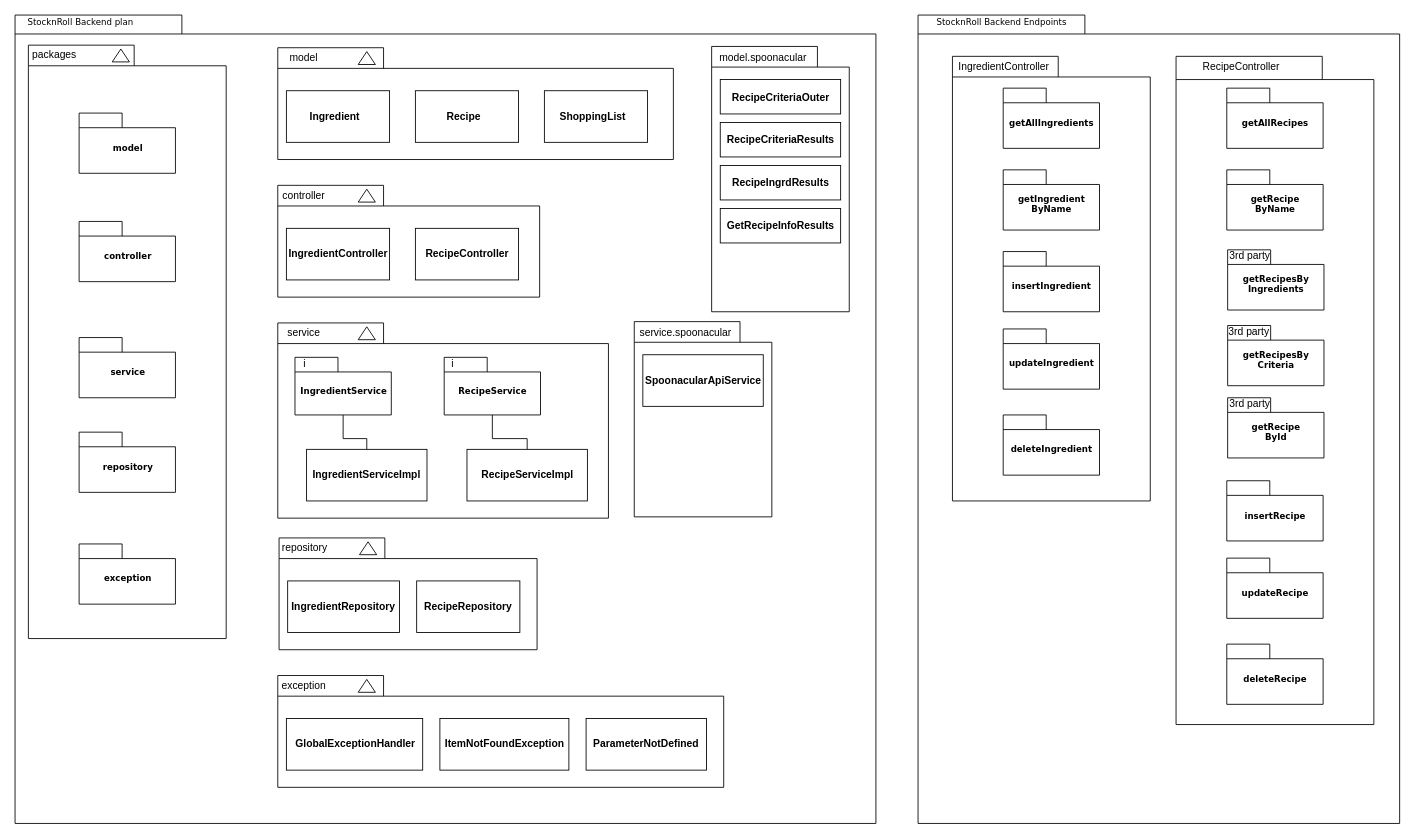
Above: Data-flows.drawio in Candlelight-apps/stocknroll-backend (draw.io), before the change. Source tidied: cells renumbered, new cells numbered last; positions are measured from the earlier drawing's top-left corner, leaving out a move shared by most shapes. Both pictures are drawn from the tidied source at 86%, with x=0, y=0 at pixel (15, 14).
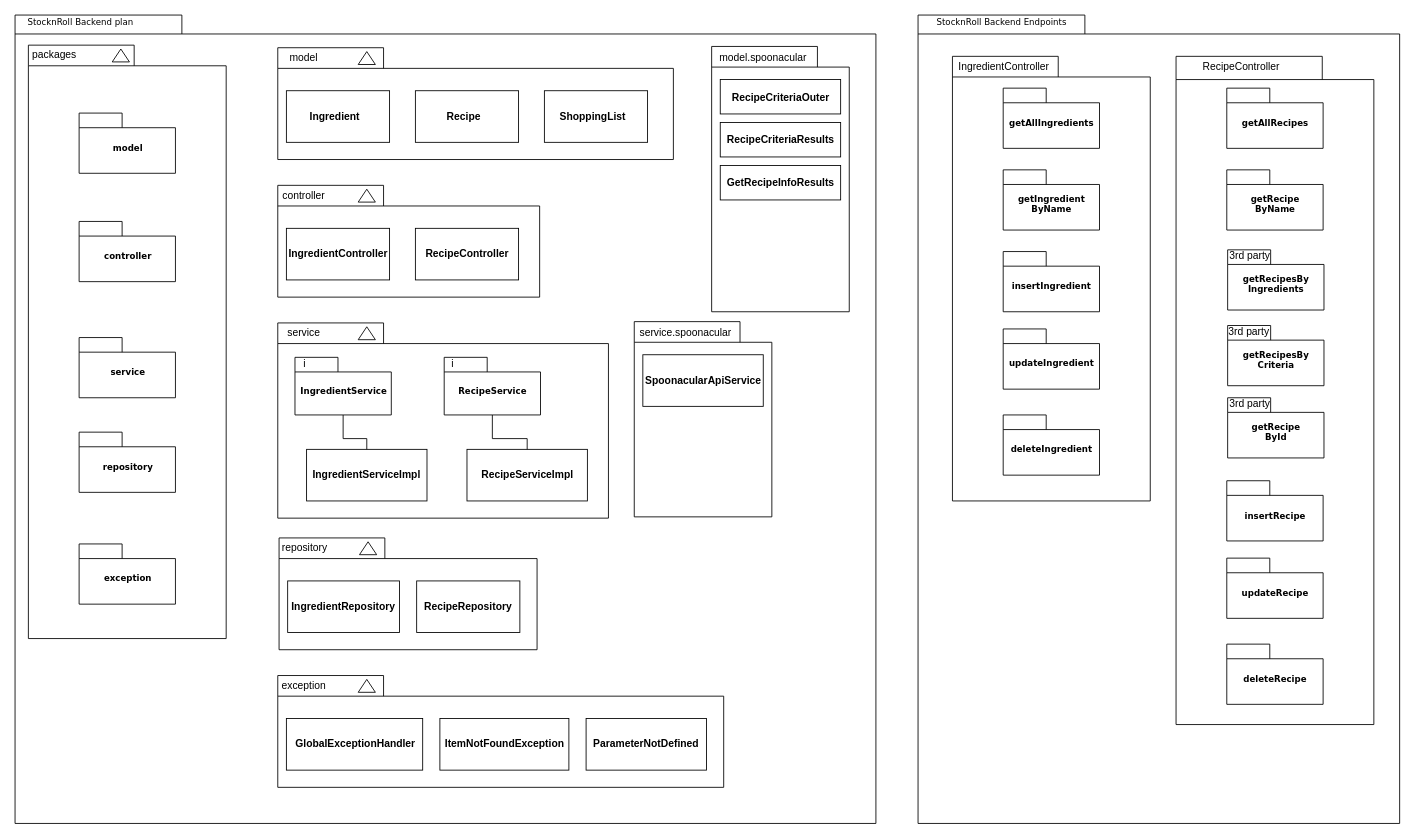
The same page after the edit.

Commit message:
Refactor: amend layout to Data-flows.drawio

What changed in the source:
```diff
@@
-    <mxCell id="113" style="group;" parent="1" vertex="1">
-      <mxGeometry x="820" y="166" width="140" height="60" as="geometry" />
-    </mxCell>
-    <mxCell id="114" style="rounded=0;whiteSpace=wrap;html=1;" parent="113" vertex="1">
-      <mxGeometry y="10" width="140" height="40" as="geometry" />
-    </mxCell>
-    <mxCell id="115" style="group;" parent="113" vertex="1">
-      <mxGeometry width="140" height="60" as="geometry" />
-    </mxCell>
-    <mxCell id="116" value="RecipeIngrdResults" style="text;strokeColor=none;align=center;fillColor=none;html=1;verticalAlign=middle;whiteSpace=wrap;rounded=0;fontStyle=1;" parent="115" vertex="1">
-      <mxGeometry x="18.5" y="12.5" width="103" height="35" as="geometry" />
-    </mxCell>
     <mxCell id="117" style="group;" parent="1" vertex="1">
-      <mxGeometry x="820" y="216" width="140" height="60" as="geometry" />
+      <mxGeometry x="820" y="166" width="140" height="60" as="geometry" />
     </mxCell>
```
